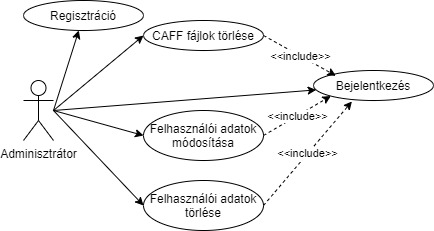
This is images/5_admin_use_cases.png from SoosSarolta/ITSecHW_Virucid, a draw.io export, as it was before one commit. Source tidied: cells renumbered, new cells last; positions are measured from the earlier drawing's top-left corner, leaving out a move shared by most shapes. The source it was exported from:
```xml
<mxGraphModel>
  <root>
    <mxCell id="0" />
    <mxCell id="1" parent="0" />
    <mxCell id="2" value="Adminisztrátor" style="shape=umlActor;verticalLabelPosition=bottom;verticalAlign=top;html=1;" parent="1" vertex="1">
      <mxGeometry y="80" width="30" height="60" as="geometry" />
    </mxCell>
    <mxCell id="3" style="endArrow=classic;html=1;" parent="1" edge="1" target="4">
      <mxGeometry relative="1" as="geometry">
        <mxPoint x="30" y="110" as="sourcePoint" />
      </mxGeometry>
    </mxCell>
    <mxCell id="4" value="Regisztráció" style="ellipse;whiteSpace=wrap;html=1;" parent="1" vertex="1">
      <mxGeometry width="120" height="30" as="geometry" />
    </mxCell>
    <mxCell id="5" style="endArrow=classic;html=1;" parent="1" edge="1" target="6">
      <mxGeometry relative="1" as="geometry">
        <mxPoint x="30" y="110" as="sourcePoint" />
      </mxGeometry>
    </mxCell>
    <mxCell id="6" value="Bejelentkezés" style="ellipse;whiteSpace=wrap;html=1;" parent="1" vertex="1">
      <mxGeometry x="290" y="70" width="120" height="30" as="geometry" />
    </mxCell>
    <mxCell id="7" style="endArrow=classic;html=1;entryX=0;entryY=0.5;entryDx=0;entryDy=0;" parent="1" edge="1" target="8">
      <mxGeometry relative="1" as="geometry">
        <mxPoint x="30" y="110" as="sourcePoint" />
      </mxGeometry>
    </mxCell>
    <mxCell id="8" value="CAFF fájlok törlése" style="ellipse;whiteSpace=wrap;html=1;" parent="1" vertex="1">
      <mxGeometry x="120" y="20" width="120" height="30" as="geometry" />
    </mxCell>
    <mxCell id="9" value="Felhasználói adatok módosítása" style="ellipse;whiteSpace=wrap;html=1;" parent="1" vertex="1">
      <mxGeometry x="120" y="110" width="120" height="50" as="geometry" />
    </mxCell>
    <mxCell id="10" style="endArrow=classic;html=1;entryX=0;entryY=0.5;entryDx=0;entryDy=0;" parent="1" edge="1" target="9">
      <mxGeometry relative="1" as="geometry">
        <mxPoint x="30" y="110" as="sourcePoint" />
      </mxGeometry>
    </mxCell>
    <mxCell id="11" style="endArrow=classic;html=1;entryX=0;entryY=0.5;entryDx=0;entryDy=0;" parent="1" edge="1" target="12">
      <mxGeometry relative="1" as="geometry">
        <mxPoint x="30" y="110" as="sourcePoint" />
      </mxGeometry>
    </mxCell>
    <mxCell id="12" value="Felhasználói adatok törlése" style="ellipse;whiteSpace=wrap;html=1;" parent="1" vertex="1">
      <mxGeometry x="120" y="180" width="120" height="50" as="geometry" />
    </mxCell>
    <mxCell id="13" style="endArrow=classic;html=1;dashed=1;exitX=1;exitY=0.5;exitDx=0;exitDy=0;entryX=0;entryY=1;entryDx=0;entryDy=0;" parent="1" edge="1" source="9" target="6">
      <mxGeometry relative="1" as="geometry" />
    </mxCell>
    <mxCell id="14" value="&amp;lt;&amp;lt;include&amp;gt;&amp;gt;" style="edgeLabel;html=1;align=center;verticalAlign=middle;" parent="13" vertex="1">
      <mxGeometry relative="1" as="geometry" />
    </mxCell>
    <mxCell id="15" style="endArrow=classic;html=1;dashed=1;exitX=1;exitY=0.5;exitDx=0;exitDy=0;entryX=0.187;entryY=0.176;entryDx=0;entryDy=0;entryPerimeter=0;" parent="1" edge="1" source="8" target="6">
      <mxGeometry relative="1" as="geometry" />
    </mxCell>
    <mxCell id="16" value="&amp;lt;&amp;lt;include&amp;gt;&amp;gt;" style="edgeLabel;html=1;align=center;verticalAlign=middle;" parent="15" vertex="1">
      <mxGeometry relative="1" as="geometry" />
    </mxCell>
    <mxCell id="17" style="endArrow=classic;html=1;dashed=1;exitX=1;exitY=0.5;exitDx=0;exitDy=0;entryX=0.32;entryY=1.033;entryDx=0;entryDy=0;entryPerimeter=0;" parent="1" edge="1" source="12" target="6">
      <mxGeometry relative="1" as="geometry" />
    </mxCell>
    <mxCell id="18" value="&amp;lt;&amp;lt;include&amp;gt;&amp;gt;" style="edgeLabel;html=1;align=center;verticalAlign=middle;" parent="17" vertex="1">
      <mxGeometry relative="1" as="geometry" />
    </mxCell>
  </root>
</mxGraphModel>
```
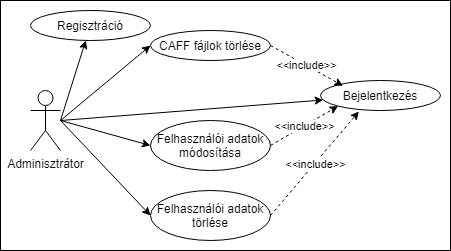
After the commit.

The edit, as a diff of the source:
```diff
@@ -63,5 +63,8 @@
     <mxCell id="18" value="&amp;lt;&amp;lt;include&amp;gt;&amp;gt;" style="edgeLabel;html=1;align=center;verticalAlign=middle;" parent="17" vertex="1">
       <mxGeometry relative="1" as="geometry" />
     </mxCell>
+    <mxCell id="19" style="rounded=0;whiteSpace=wrap;html=1;fillColor=none;" parent="1" vertex="1">
+      <mxGeometry x="-30" y="-10" width="450" height="250" as="geometry" />
+    </mxCell>
   </root>
 </mxGraphModel>
```
